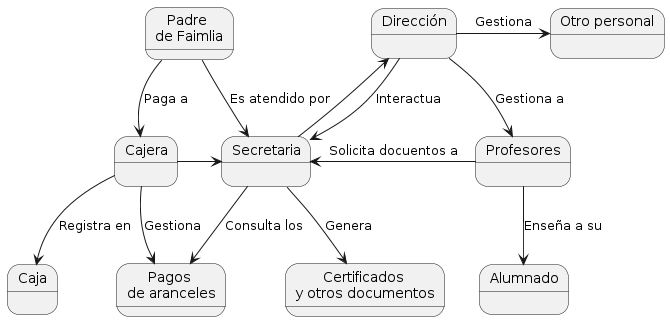
The PlantUML diagram out/DomainModel/business-model.png in wsmcbl/wsmcbl.doc, before a commit.
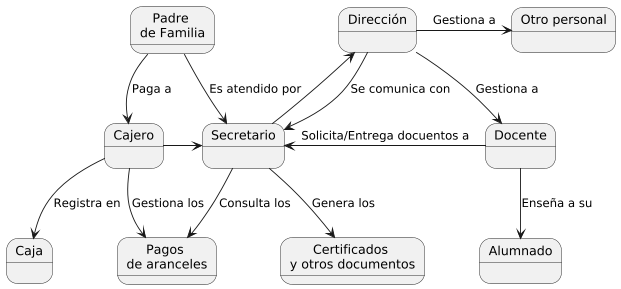
The same file after the commit.

Diff of the diagram source:
```diff
@@ -1,32 +1,33 @@
 @startuml
 
-state "Padre \nde Faimlia" as cliente
-state Secretaria
+state "Padre \nde Familia" as cliente
+state Secretario
 state Dirección
-state Profesores
+state Docente
 state Alumnado
 state "Otro personal" as otros
 state "Certificados \ny otros documentos" as documentos
 
-state Cajera
+state Cajero
 state Caja
 state "Pagos \nde aranceles" as aranceles
 
-cliente --> Cajera : Paga a
-cliente --> Secretaria : Es atendido por
+cliente --> Cajero : Paga a
+cliente --> Secretario : Es atendido por
 
-Cajera -> Secretaria
-Cajera --> aranceles : Gestiona
-Cajera --> Caja : Registra en
+Cajero -> Secretario
+Cajero --> aranceles : Gestiona los
+Cajero --> Caja : Registra en
 
-Secretaria -> aranceles : Consulta los
-Secretaria --> documentos : Genera
-Secretaria -up-> Dirección
+Secretario -> aranceles : Consulta los
+Secretario --> documentos : Genera los
+Secretario -up-> Dirección
 
-Profesores -le-> Secretaria : Solicita docuentos a
-Profesores --> Alumnado : Enseña a su
+Docente -le-> Secretario : Solicita/Entrega docuentos a
+Docente --> Alumnado : Enseña a su
 
-Dirección --> Secretaria : Interactua
-Dirección --> Profesores : Gestiona a
-Dirección -> otros : Gestiona
+Dirección --> Secretario : Se comunica con
+Dirección --> Docente : Gestiona a
+Dirección -> otros : Gestiona a
+
 @enduml
```
